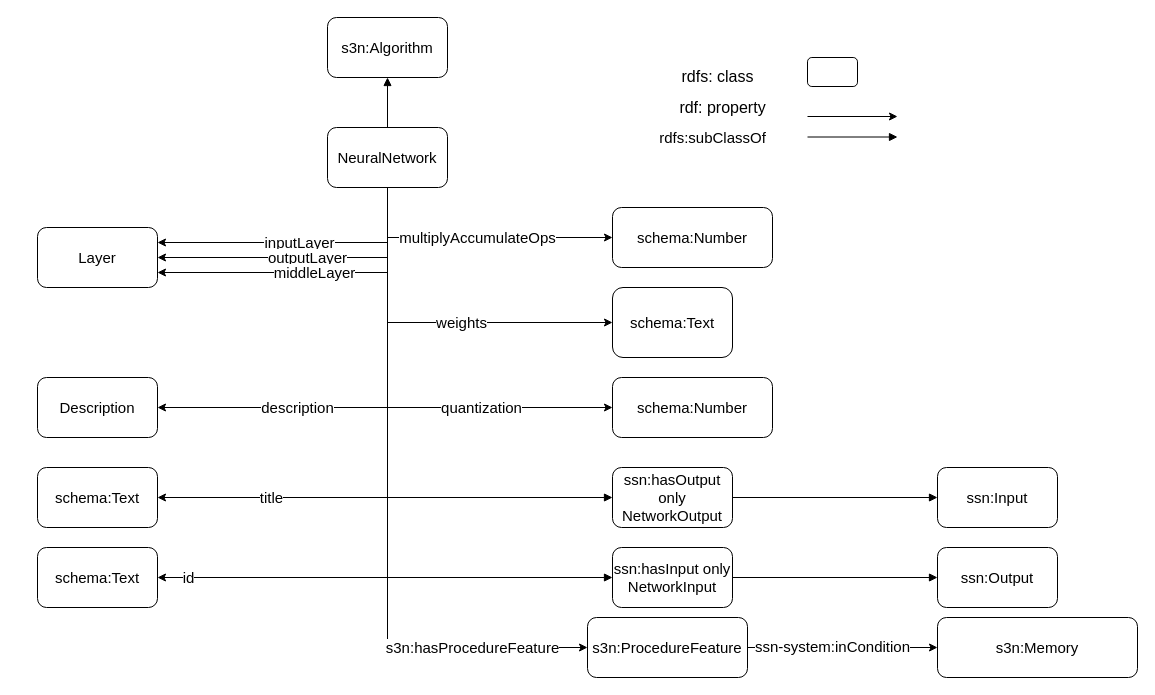
Haoyu-R/appendix keeps this draw.io diagram as Untitled Diagram 1.drawio. Above is the earlier version. Source tidied: cells renumbered, new cells numbered last; positions are measured from the earlier drawing's top-left corner, leaving out a move shared by most shapes. Both pictures are drawn from the tidied source at 100%, with x=0, y=0 at pixel (37, 17).
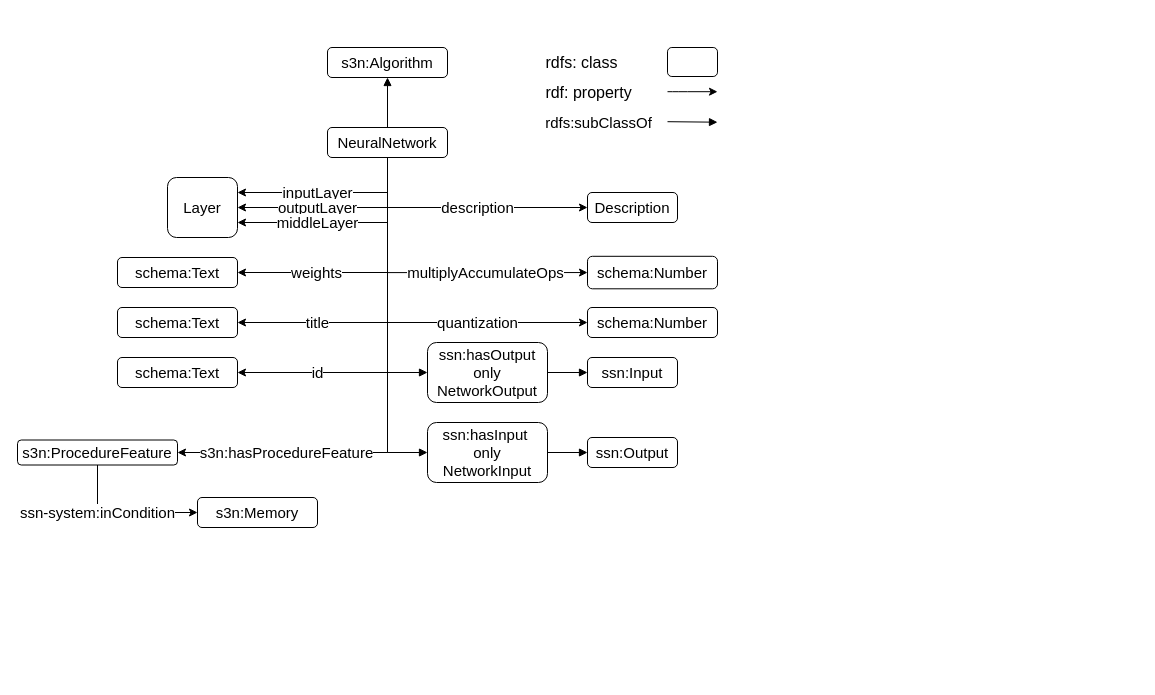
The same diagram, later.

What changed in the source:
```diff
@@
     <mxCell id="2" value="s3n:Algorithm" style="rounded=1;whiteSpace=wrap;html=1;fontSize=15;" parent="1" vertex="1">
-      <mxGeometry x="290" width="120" height="60" as="geometry" />
+      <mxGeometry x="290" y="30" width="120" height="30" as="geometry" />
     </mxCell>
-    <mxCell id="3" value="title" style="edgeStyle=orthogonalEdgeStyle;rounded=0;jettySize=auto;html=1;exitX=0.5;exitY=1;exitDx=0;exitDy=0;entryX=1;entryY=0.5;entryDx=0;entryDy=0;fontSize=15;" parent="1" edge="1" source="16" target="23">
-      <mxGeometry x="0.58" relative="1" as="geometry">
+    <mxCell id="3" value="title" style="edgeStyle=orthogonalEdgeStyle;rounded=0;jettySize=auto;html=1;exitX=0.5;exitY=1;exitDx=0;exitDy=0;fontSize=15;" parent="1" edge="1" source="16">
+      <mxGeometry x="0.49" relative="1" as="geometry">
+        <mxPoint x="200" y="305" as="targetPoint" />
         <Array as="points">
-          <mxPoint x="350" y="480" />
+          <mxPoint x="350" y="305" />
         </Array>
-        <mxPoint x="1" as="offset" />
       </mxGeometry>
     </mxCell>
     <mxCell id="4" value="id" style="edgeStyle=orthogonalEdgeStyle;rounded=0;jettySize=auto;html=1;exitX=0.5;exitY=1;exitDx=0;exitDy=0;entryX=1;entryY=0.5;entryDx=0;entryDy=0;fontSize=15;" parent="1" edge="1" source="16" target="24">
-      <mxGeometry x="0.9" relative="1" as="geometry" />
+      <mxGeometry x="0.56" relative="1" as="geometry" />
     </mxCell>
-    <mxCell id="5" value="weights" style="edgeStyle=orthogonalEdgeStyle;rounded=0;jettySize=auto;html=1;exitX=0.5;exitY=1;exitDx=0;exitDy=0;entryX=0;entryY=0.5;entryDx=0;entryDy=0;fontSize=15;" parent="1" edge="1" source="16" target="17">
-      <mxGeometry x="0.16" relative="1" as="geometry" />
+    <mxCell id="5" value="weights" style="edgeStyle=orthogonalEdgeStyle;rounded=0;jettySize=auto;html=1;exitX=0.5;exitY=1;exitDx=0;exitDy=0;entryX=1;entryY=0.5;entryDx=0;entryDy=0;fontSize=15;" parent="1" edge="1" source="16" target="17">
+      <mxGeometry x="0.4" relative="1" as="geometry" />
     </mxCell>
     <mxCell id="6" value="inputLayer" style="edgeStyle=orthogonalEdgeStyle;rounded=0;jettySize=auto;html=1;exitX=0.5;exitY=1;exitDx=0;exitDy=0;entryX=1;entryY=0.25;entryDx=0;entryDy=0;fontSize=15;" parent="1" edge="1" source="16" target="20">
-      <mxGeometry relative="1" as="geometry" />
+      <mxGeometry x="0.14" relative="1" as="geometry" />
     </mxCell>
     <mxCell id="7" value="outputLayer" style="edgeStyle=orthogonalEdgeStyle;rounded=0;jettySize=auto;html=1;exitX=0.5;exitY=1;exitDx=0;exitDy=0;entryX=1;entryY=0.5;entryDx=0;entryDy=0;fontSize=15;" parent="1" edge="1" source="16" target="20">
-      <mxGeometry relative="1" as="geometry" />
+      <mxGeometry x="0.2" relative="1" as="geometry" />
     </mxCell>
     <mxCell id="8" value="middleLayer" style="edgeStyle=orthogonalEdgeStyle;rounded=0;jettySize=auto;html=1;exitX=0.5;exitY=1;exitDx=0;exitDy=0;entryX=1;entryY=0.75;entryDx=0;entryDy=0;fontSize=15;" parent="1" edge="1" source="16" target="20">
-      <mxGeometry relative="1" as="geometry" />
+      <mxGeometry x="0.26" relative="1" as="geometry" />
     </mxCell>
@@
-    <mxCell id="11" value="description" style="edgeStyle=orthogonalEdgeStyle;rounded=0;jettySize=auto;html=1;exitX=0.5;exitY=1;exitDx=0;exitDy=0;entryX=1;entryY=0.5;entryDx=0;entryDy=0;fontSize=15;" parent="1" edge="1" source="16" target="25">
-      <mxGeometry x="0.38" relative="1" as="geometry">
-        <mxPoint x="1" as="offset" />
-      </mxGeometry>
+    <mxCell id="11" value="description" style="edgeStyle=orthogonalEdgeStyle;rounded=0;jettySize=auto;html=1;exitX=0.5;exitY=1;exitDx=0;exitDy=0;entryX=0;entryY=0.5;entryDx=0;entryDy=0;fontSize=15;" parent="1" edge="1" source="16" target="25">
+      <mxGeometry x="0.12" relative="1" as="geometry" />
     </mxCell>
     <mxCell id="12" value="multiplyAccumulateOps" style="edgeStyle=orthogonalEdgeStyle;rounded=0;jettySize=auto;html=1;exitX=0.5;exitY=1;exitDx=0;exitDy=0;entryX=0;entryY=0.5;entryDx=0;entryDy=0;fontSize=15;" parent="1" edge="1" source="16" target="21">
-      <mxGeometry x="0.02" relative="1" as="geometry" />
+      <mxGeometry x="0.35" relative="1" as="geometry" />
     </mxCell>
     <mxCell id="13" value="quantization" style="edgeStyle=orthogonalEdgeStyle;rounded=0;jettySize=auto;html=1;exitX=0.5;exitY=1;exitDx=0;exitDy=0;entryX=0;entryY=0.5;entryDx=0;entryDy=0;fontSize=15;" parent="1" edge="1" source="16" target="22">
-      <mxGeometry x="0.41" relative="1" as="geometry" />
+      <mxGeometry x="0.4" relative="1" as="geometry" />
     </mxCell>
-    <mxCell id="14" value="s3n:hasProcedureFeature" style="edgeStyle=orthogonalEdgeStyle;rounded=0;jettySize=auto;html=1;exitX=0.5;exitY=1;exitDx=0;exitDy=0;fontSize=15;endArrow=classic;endFill=1;entryX=0;entryY=0.5;entryDx=0;entryDy=0;" parent="1" edge="1" source="16" target="36">
-      <mxGeometry x="0.65" relative="1" as="geometry" />
+    <mxCell id="14" value="s3n:hasProcedureFeature" style="edgeStyle=orthogonalEdgeStyle;rounded=0;jettySize=auto;html=1;exitX=0.5;exitY=1;exitDx=0;exitDy=0;fontSize=15;endArrow=classic;endFill=1;entryX=1;entryY=0.5;entryDx=0;entryDy=0;" parent="1" edge="1" source="16" target="36">
+      <mxGeometry x="0.57" relative="1" as="geometry" />
     </mxCell>
@@
     <mxCell id="16" value="NeuralNetwork" style="rounded=1;whiteSpace=wrap;html=1;fontSize=15;" parent="1" vertex="1">
-      <mxGeometry x="290" y="110" width="120" height="60" as="geometry" />
+      <mxGeometry x="290" y="110" width="120" height="30" as="geometry" />
     </mxCell>
     <mxCell id="17" value="schema:Text" style="rounded=1;whiteSpace=wrap;html=1;fontSize=15;" parent="1" vertex="1">
-      <mxGeometry x="575" y="270" width="120" height="70" as="geometry" />
+      <mxGeometry x="80" y="240" width="120" height="30" as="geometry" />
     </mxCell>
     <mxCell id="18" value="ssn:Output" style="rounded=1;whiteSpace=wrap;html=1;fontSize=15;" parent="1" vertex="1">
-      <mxGeometry x="900" y="530" width="120" height="60" as="geometry" />
+      <mxGeometry x="550" y="420" width="90" height="30" as="geometry" />
     </mxCell>
     <mxCell id="19" value="ssn:Input" style="rounded=1;whiteSpace=wrap;html=1;fontSize=15;" parent="1" vertex="1">
-      <mxGeometry x="900" y="450" width="120" height="60" as="geometry" />
+      <mxGeometry x="550" y="340" width="90" height="30" as="geometry" />
     </mxCell>
     <mxCell id="20" value="Layer" style="rounded=1;whiteSpace=wrap;html=1;fontSize=15;" parent="1" vertex="1">
-      <mxGeometry y="210" width="120" height="60" as="geometry" />
+      <mxGeometry x="130" y="160" width="70" height="60" as="geometry" />
     </mxCell>
     <mxCell id="21" value="schema:Number" style="rounded=1;whiteSpace=wrap;html=1;fontSize=15;" parent="1" vertex="1">
-      <mxGeometry x="575" y="190" width="160" height="60" as="geometry" />
+      <mxGeometry x="550" y="238.8" width="130" height="32.5" as="geometry" />
     </mxCell>
     <mxCell id="22" value="schema:Number" style="rounded=1;whiteSpace=wrap;html=1;fontSize=15;" parent="1" vertex="1">
-      <mxGeometry x="575" y="360" width="160" height="60" as="geometry" />
+      <mxGeometry x="550" y="290" width="130" height="30" as="geometry" />
     </mxCell>
     <mxCell id="23" value="schema:Text" style="rounded=1;whiteSpace=wrap;html=1;fontSize=15;" parent="1" vertex="1">
-      <mxGeometry y="450" width="120" height="60" as="geometry" />
+      <mxGeometry x="80" y="290" width="120" height="30" as="geometry" />
     </mxCell>
     <mxCell id="24" value="schema:Text" style="rounded=1;whiteSpace=wrap;html=1;fontSize=15;" parent="1" vertex="1">
-      <mxGeometry y="530" width="120" height="60" as="geometry" />
+      <mxGeometry x="80" y="340" width="120" height="30" as="geometry" />
     </mxCell>
     <mxCell id="25" value="Description" style="rounded=1;whiteSpace=wrap;html=1;fontSize=15;" parent="1" vertex="1">
-      <mxGeometry y="360" width="120" height="60" as="geometry" />
+      <mxGeometry x="550" y="175" width="90" height="30" as="geometry" />
     </mxCell>
@@
     <mxCell id="27" value="ssn:hasOutput only NetworkOutput" style="rounded=1;whiteSpace=wrap;html=1;fontSize=15;" parent="1" vertex="1">
-      <mxGeometry x="575" y="450" width="120" height="60" as="geometry" />
+      <mxGeometry x="390" y="325" width="120" height="60" as="geometry" />
     </mxCell>
-    <mxCell id="28" value="ssn:hasInput only NetworkInput" style="rounded=1;whiteSpace=wrap;html=1;fontSize=15;" parent="1" vertex="1">
-      <mxGeometry x="575" y="530" width="120" height="60" as="geometry" />
+    <mxCell id="28" value="ssn:hasInput&amp;nbsp; only NetworkInput" style="rounded=1;whiteSpace=wrap;html=1;fontSize=15;" parent="1" vertex="1">
+      <mxGeometry x="390" y="405" width="120" height="60" as="geometry" />
     </mxCell>
     <mxCell id="29" style="rounded=1;whiteSpace=wrap;html=1;fontSize=16;" parent="1" vertex="1">
-      <mxGeometry x="770" y="40" width="50" height="29" as="geometry" />
+      <mxGeometry x="630" y="30" width="50" height="29" as="geometry" />
     </mxCell>
     <mxCell id="30" value="rdfs: class" style="text;html=1;align=center;verticalAlign=middle;strokeColor=none;fontSize=16;" parent="1" vertex="1">
-      <mxGeometry x="635" y="49" width="90" height="20" as="geometry" />
+      <mxGeometry x="499" y="34.5" width="90" height="20" as="geometry" />
     </mxCell>
     <mxCell id="31" value="rdf: property" style="text;html=1;align=center;verticalAlign=middle;strokeColor=none;fontSize=16;" parent="1" vertex="1">
-      <mxGeometry x="635" y="80" width="100" height="20" as="geometry" />
+      <mxGeometry x="501" y="64.5" width="100" height="20" as="geometry" />
     </mxCell>
     <mxCell id="32" style="endArrow=classic;html=1;fontSize=16;" parent="1" edge="1">
       <mxGeometry relative="1" as="geometry">
-        <mxPoint x="770" y="99" as="sourcePoint" />
-        <mxPoint x="860" y="99" as="targetPoint" />
+        <mxPoint x="630" y="74.2" as="sourcePoint" />
+        <mxPoint x="680" y="74.2" as="targetPoint" />
+        <Array as="points">
+          <mxPoint x="640" y="74.2" />
+        </Array>
       </mxGeometry>
     </mxCell>
     <mxCell id="33" style="endArrow=block;html=1;fontSize=16;endFill=1;" parent="1" edge="1">
       <mxGeometry relative="1" as="geometry">
-        <mxPoint x="770" y="119.5" as="sourcePoint" />
-        <mxPoint x="860" y="119.5" as="targetPoint" />
+        <mxPoint x="630" y="104.2" as="sourcePoint" />
+        <mxPoint x="680" y="104.7" as="targetPoint" />
       </mxGeometry>
     </mxCell>
@@
-    <mxCell id="35" value="&lt;br&gt;ssn-system:inCondition" style="edgeStyle=orthogonalEdgeStyle;rounded=0;jettySize=auto;html=1;exitX=1;exitY=0.5;exitDx=0;exitDy=0;entryX=0;entryY=0.5;entryDx=0;entryDy=0;fontSize=15;endArrow=classic;endFill=1;" parent="1" edge="1" source="36" target="37">
-      <mxGeometry x="-0.11" y="10" relative="1" as="geometry" />
+    <mxCell id="35" value="ssn-system:inCondition" style="edgeStyle=orthogonalEdgeStyle;rounded=0;jettySize=auto;html=1;exitX=0.5;exitY=1;exitDx=0;exitDy=0;entryX=0;entryY=0.5;entryDx=0;entryDy=0;fontSize=15;endArrow=classic;endFill=1;" parent="1" edge="1" source="36" target="37">
+      <mxGeometry x="-0.36" relative="1" as="geometry">
+        <Array as="points">
+          <mxPoint x="60" y="495" />
+        </Array>
+      </mxGeometry>
     </mxCell>
     <mxCell id="36" value="s3n:ProcedureFeature" style="rounded=1;whiteSpace=wrap;html=1;fontSize=15;" parent="1" vertex="1">
-      <mxGeometry x="550" y="600" width="160" height="60" as="geometry" />
+      <mxGeometry x="-20" y="422.5" width="160" height="25" as="geometry" />
     </mxCell>
     <mxCell id="37" value="s3n:Memory" style="rounded=1;whiteSpace=wrap;html=1;fontSize=15;" parent="1" vertex="1">
-      <mxGeometry x="900" y="600" width="200" height="60" as="geometry" />
+      <mxGeometry x="160" y="480" width="120" height="30" as="geometry" />
     </mxCell>
@@
     <mxCell id="39" value="rdfs:subClassOf" style="text;html=1;align=center;verticalAlign=middle;strokeColor=none;fontSize=15;" parent="1" vertex="1">
-      <mxGeometry x="615" y="110" width="120" height="20" as="geometry" />
+      <mxGeometry x="501" y="94.5" width="120" height="20" as="geometry" />
     </mxCell>
+    <mxCell id="40" style="edgeStyle=orthogonalEdgeStyle;rounded=0;orthogonalLoop=1;jettySize=auto;html=1;exitX=0.5;exitY=1;exitDx=0;exitDy=0;" parent="1" edge="1" source="19" target="19">
+      <mxGeometry relative="1" as="geometry" />
+    </mxCell>
```
